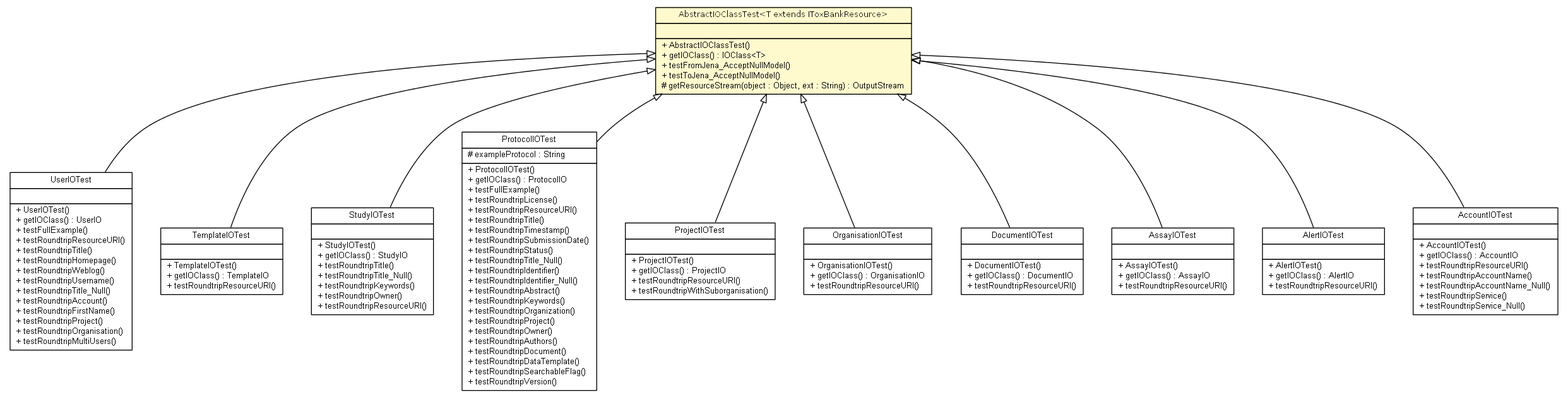
Before: testapidocs/net/toxbank/client/io/rdf/AbstractIOClassTest.png, a diagram exported from Graphviz (ToxBank/toxbank-api-beans). Its source is kept beside it as testapidocs/net/toxbank/client/io/rdf/AbstractIOClassTest.dot.
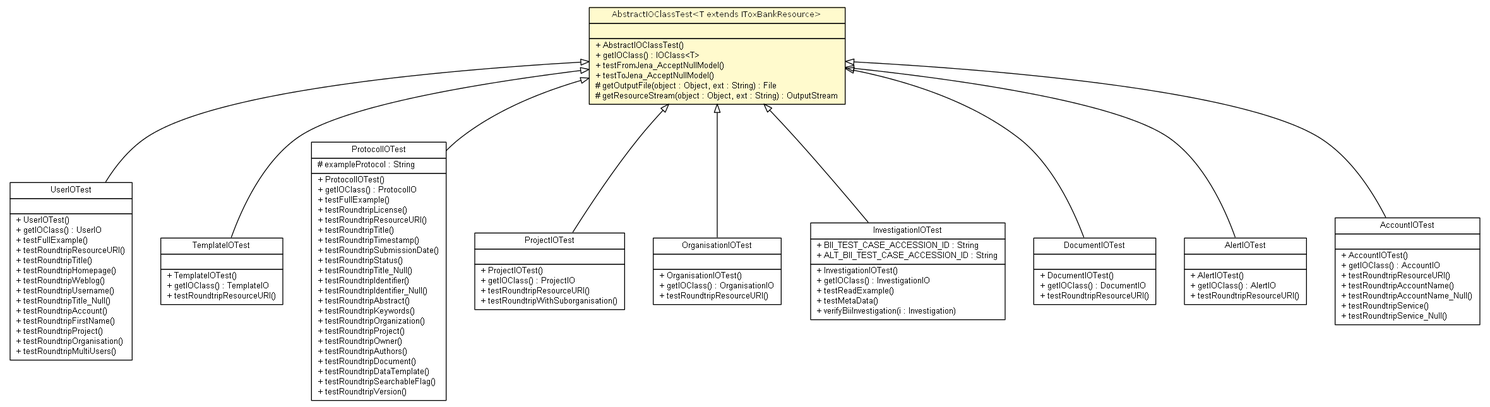
Later version of the same file.

What changed in the source:
```diff
@@ -2,7 +2,7 @@
 digraph G {
 	edge [fontname="arial",fontsize=10,labelfontname="arial",labelfontsize=10];
 	node [fontname="arial",fontsize=10,shape=plaintext];
-	c299 [label=<<table border="0" cellborder="1" cellspacing="0" cellpadding="2" port="p" href="./UserIOTest.html">
+	c240 [label=<<table border="0" cellborder="1" cellspacing="0" cellpadding="2" port="p" href="./UserIOTest.html">
 		<tr><td><table border="0" cellspacing="0" cellpadding="1">
 			<tr><td> UserIOTest </td></tr>
 		</table></td></tr>
@@ -26,7 +26,7 @@
 			<tr><td align="left"> + testRoundtripMultiUsers() </td></tr>
 		</table></td></tr>
 		</table>>, fontname="arial", fontcolor="black", fontsize=10.0];
-	c300 [label=<<table border="0" cellborder="1" cellspacing="0" cellpadding="2" port="p" href="./TemplateIOTest.html">
+	c241 [label=<<table border="0" cellborder="1" cellspacing="0" cellpadding="2" port="p" href="./TemplateIOTest.html">
 		<tr><td><table border="0" cellspacing="0" cellpadding="1">
 			<tr><td> TemplateIOTest </td></tr>
 		</table></td></tr>
@@ -39,24 +39,7 @@
 			<tr><td align="left"> + testRoundtripResourceURI() </td></tr>
 		</table></td></tr>
 		</table>>, fontname="arial", fontcolor="black", fontsize=10.0];
-	c301 [label=<<table border="0" cellborder="1" cellspacing="0" cellpadding="2" port="p" href="./StudyIOTest.html">
-		<tr><td><table border="0" cellspacing="0" cellpadding="1">
-			<tr><td> StudyIOTest </td></tr>
-		</table></td></tr>
-		<tr><td><table border="0" cellspacing="0" cellpadding="1">
-			<tr><td align="left">  </td></tr>
-		</table></td></tr>
-		<tr><td><table border="0" cellspacing="0" cellpadding="1">
-			<tr><td align="left"> + StudyIOTest() </td></tr>
-			<tr><td align="left"> + getIOClass() : StudyIO </td></tr>
-			<tr><td align="left"> + testRoundtripTitle() </td></tr>
-			<tr><td align="left"> + testRoundtripTitle_Null() </td></tr>
-			<tr><td align="left"> + testRoundtripKeywords() </td></tr>
-			<tr><td align="left"> + testRoundtripOwner() </td></tr>
-			<tr><td align="left"> + testRoundtripResourceURI() </td></tr>
-		</table></td></tr>
-		</table>>, fontname="arial", fontcolor="black", fontsize=10.0];
-	c302 [label=<<table border="0" cellborder="1" cellspacing="0" cellpadding="2" port="p" href="./ProtocolIOTest.html">
+	c242 [label=<<table border="0" cellborder="1" cellspacing="0" cellpadding="2" port="p" href="./ProtocolIOTest.html">
 		<tr><td><table border="0" cellspacing="0" cellpadding="1">
 			<tr><td> ProtocolIOTest </td></tr>
 		</table></td></tr>
@@ -88,7 +71,7 @@
 			<tr><td align="left"> + testRoundtripVersion() </td></tr>
 		</table></td></tr>
 		</table>>, fontname="arial", fontcolor="black", fontsize=10.0];
-	c303 [label=<<table border="0" cellborder="1" cellspacing="0" cellpadding="2" port="p" href="./ProjectIOTest.html">
+	c243 [label=<<table border="0" cellborder="1" cellspacing="0" cellpadding="2" port="p" href="./ProjectIOTest.html">
 		<tr><td><table border="0" cellspacing="0" cellpadding="1">
 			<tr><td> ProjectIOTest </td></tr>
 		</table></td></tr>
@@ -102,7 +85,7 @@
 			<tr><td align="left"> + testRoundtripWithSuborganisation() </td></tr>
 		</table></td></tr>
 		</table>>, fontname="arial", fontcolor="black", fontsize=10.0];
-	c304 [label=<<table border="0" cellborder="1" cellspacing="0" cellpadding="2" port="p" href="./OrganisationIOTest.html">
+	c244 [label=<<table border="0" cellborder="1" cellspacing="0" cellpadding="2" port="p" href="./OrganisationIOTest.html">
 		<tr><td><table border="0" cellspacing="0" cellpadding="1">
 			<tr><td> OrganisationIOTest </td></tr>
 		</table></td></tr>
@@ -115,7 +98,23 @@
 			<tr><td align="left"> + testRoundtripResourceURI() </td></tr>
 		</table></td></tr>
 		</table>>, fontname="arial", fontcolor="black", fontsize=10.0];
-	c305 [label=<<table border="0" cellborder="1" cellspacing="0" cellpadding="2" port="p" href="./DocumentIOTest.html">
+	c245 [label=<<table border="0" cellborder="1" cellspacing="0" cellpadding="2" port="p" href="./InvestigationIOTest.html">
+		<tr><td><table border="0" cellspacing="0" cellpadding="1">
+			<tr><td> InvestigationIOTest </td></tr>
+		</table></td></tr>
+		<tr><td><table border="0" cellspacing="0" cellpadding="1">
+			<tr><td align="left"> + BII_TEST_CASE_ACCESSION_ID : String </td></tr>
+			<tr><td align="left"> + ALT_BII_TEST_CASE_ACCESSION_ID : String </td></tr>
+		</table></td></tr>
+		<tr><td><table border="0" cellspacing="0" cellpadding="1">
+			<tr><td align="left"> + InvestigationIOTest() </td></tr>
+			<tr><td align="left"> + getIOClass() : InvestigationIO </td></tr>
+			<tr><td align="left"> + testReadExample() </td></tr>
+			<tr><td align="left"> + testMetaData() </td></tr>
+			<tr><td align="left"> + verifyBiiInvestigation(i : Investigation) </td></tr>
+		</table></td></tr>
+		</table>>, fontname="arial", fontcolor="black", fontsize=10.0];
+	c246 [label=<<table border="0" cellborder="1" cellspacing="0" cellpadding="2" port="p" href="./DocumentIOTest.html">
 		<tr><td><table border="0" cellspacing="0" cellpadding="1">
 			<tr><td> DocumentIOTest </td></tr>
 		</table></td></tr>
@@ -128,20 +127,7 @@
 			<tr><td align="left"> + testRoundtripResourceURI() </td></tr>
 		</table></td></tr>
 		</table>>, fontname="arial", fontcolor="black", fontsize=10.0];
-	c306 [label=<<table border="0" cellborder="1" cellspacing="0" cellpadding="2" port="p" href="./AssayIOTest.html">
-		<tr><td><table border="0" cellspacing="0" cellpadding="1">
-			<tr><td> AssayIOTest </td></tr>
-		</table></td></tr>
-		<tr><td><table border="0" cellspacing="0" cellpadding="1">
-			<tr><td align="left">  </td></tr>
-		</table></td></tr>
-		<tr><td><table border="0" cellspacing="0" cellpadding="1">
-			<tr><td align="left"> + AssayIOTest() </td></tr>
-			<tr><td align="left"> + getIOClass() : AssayIO </td></tr>
-			<tr><td align="left"> + testRoundtripResourceURI() </td></tr>
-		</table></td></tr>
-		</table>>, fontname="arial", fontcolor="black", fontsize=10.0];
-	c307 [label=<<table border="0" cellborder="1" cellspacing="0" cellpadding="2" port="p" href="./AlertIOTest.html">
+	c247 [label=<<table border="0" cellborder="1" cellspacing="0" cellpadding="2" port="p" href="./AlertIOTest.html">
 		<tr><td><table border="0" cellspacing="0" cellpadding="1">
 			<tr><td> AlertIOTest </td></tr>
 		</table></td></tr>
@@ -154,7 +140,7 @@
 			<tr><td align="left"> + testRoundtripResourceURI() </td></tr>
 		</table></td></tr>
 		</table>>, fontname="arial", fontcolor="black", fontsize=10.0];
-	c308 [label=<<table border="0" cellborder="1" cellspacing="0" cellpadding="2" port="p" href="./AccountIOTest.html">
+	c248 [label=<<table border="0" cellborder="1" cellspacing="0" cellpadding="2" port="p" href="./AccountIOTest.html">
 		<tr><td><table border="0" cellspacing="0" cellpadding="1">
 			<tr><td> AccountIOTest </td></tr>
 		</table></td></tr>
@@ -171,7 +157,7 @@
 			<tr><td align="left"> + testRoundtripService_Null() </td></tr>
 		</table></td></tr>
 		</table>>, fontname="arial", fontcolor="black", fontsize=10.0];
-	c309 [label=<<table border="0" cellborder="1" cellspacing="0" cellpadding="2" port="p" bgcolor="lemonChiffon" href="./AbstractIOClassTest.html">
+	c249 [label=<<table border="0" cellborder="1" cellspacing="0" cellpadding="2" port="p" bgcolor="lemonChiffon" href="./AbstractIOClassTest.html">
 		<tr><td><table border="0" cellspacing="0" cellpadding="1">
 			<tr><td><font face="ariali"> AbstractIOClassTest&lt;T extends IToxBankResource&gt; </font></td></tr>
 		</table></td></tr>
@@ -183,17 +169,17 @@
 			<tr><td align="left"> + getIOClass() : IOClass&lt;T&gt; </td></tr>
 			<tr><td align="left"> + testFromJena_AcceptNullModel() </td></tr>
 			<tr><td align="left"> + testToJena_AcceptNullModel() </td></tr>
+			<tr><td align="left"> # getOutputFile(object : Object, ext : String) : File </td></tr>
 			<tr><td align="left"> # getResourceStream(object : Object, ext : String) : OutputStream </td></tr>
 		</table></td></tr>
 		</table>>, fontname="arial", fontcolor="black", fontsize=10.0];
-	c309:p -> c299:p [dir=back,arrowtail=empty];
-	c309:p -> c300:p [dir=back,arrowtail=empty];
-	c309:p -> c301:p [dir=back,arrowtail=empty];
-	c309:p -> c302:p [dir=back,arrowtail=empty];
-	c309:p -> c303:p [dir=back,arrowtail=empty];
-	c309:p -> c304:p [dir=back,arrowtail=empty];
-	c309:p -> c305:p [dir=back,arrowtail=empty];
-	c309:p -> c306:p [dir=back,arrowtail=empty];
-	c309:p -> c307:p [dir=back,arrowtail=empty];
-	c309:p -> c308:p [dir=back,arrowtail=empty];
+	c249:p -> c240:p [dir=back,arrowtail=empty];
+	c249:p -> c241:p [dir=back,arrowtail=empty];
+	c249:p -> c242:p [dir=back,arrowtail=empty];
+	c249:p -> c243:p [dir=back,arrowtail=empty];
+	c249:p -> c244:p [dir=back,arrowtail=empty];
+	c249:p -> c245:p [dir=back,arrowtail=empty];
+	c249:p -> c246:p [dir=back,arrowtail=empty];
+	c249:p -> c247:p [dir=back,arrowtail=empty];
+	c249:p -> c248:p [dir=back,arrowtail=empty];
 }
```
